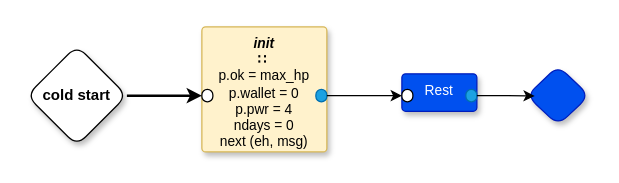
guitarvydas/dc0d keeps this draw.io diagram as page "Game" (2 of 3) of dc0d.drawio. Above is the earlier version. Source tidied: cells renumbered, new cells numbered last; positions are measured from the earlier drawing's top-left corner, leaving out a move shared by most shapes. Both pictures are drawn from the tidied source at 125%, with x=0, y=0 at pixel (26, 26).
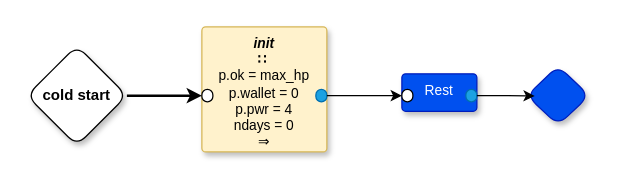
After the change.

The edit, as a diff of the source:
```diff
@@
 <mxGraphModel>
   <root>
     <mxCell id="0" />
     <mxCell id="1" parent="0" />
     <mxCell id="2" value="cold start" style="rhombus;whiteSpace=wrap;html=1;rounded=1;fontStyle=1;glass=0;sketch=0;fontSize=12;points=[[0,0.5,0,0,0],[0.5,0,0,0,0],[0.5,1,0,0,0],[1,0.5,0,0,0]];shadow=1;fontFamily=Helvetica;fontColor=default;" parent="1" vertex="1">
       <mxGeometry y="15" width="80" height="80" as="geometry" />
     </mxCell>
     <mxCell id="3" style="rhombus;whiteSpace=wrap;html=1;rounded=1;fillColor=#0050ef;fontColor=#ffffff;strokeColor=#001DBC;fontStyle=1;glass=0;sketch=0;fontSize=12;points=[[0,0.5,0,0,0],[0.5,0,0,0,0],[0.5,1,0,0,0],[1,0.5,0,0,0]];shadow=1;fontFamily=Helvetica;" parent="1" vertex="1">
       <mxGeometry x="400" y="31.2" width="50" height="47.5" as="geometry" />
     </mxCell>
-    <mxCell id="4" value="&lt;i style=&quot;&quot;&gt;&lt;b&gt;init&lt;br&gt;&lt;/b&gt;&lt;/i&gt;&lt;b&gt;∷&amp;nbsp;&lt;br&gt;&lt;/b&gt;p.ok = max_hp&lt;br&gt;p.wallet = 0&lt;br&gt;p.pwr = 4&lt;br&gt;ndays = 0&lt;br&gt;next (eh, msg)" style="rounded=1;whiteSpace=wrap;html=1;sketch=0;verticalAlign=top;arcSize=6;fontStyle=0;absoluteArcSize=1;shadow=1;strokeColor=#d6b656;fillColor=#fff2cc;fontFamily=Helvetica;fontSize=11;" parent="1" vertex="1">
+    <mxCell id="4" value="&lt;i style=&quot;&quot;&gt;&lt;b&gt;init&lt;br&gt;&lt;/b&gt;&lt;/i&gt;&lt;b&gt;∷&amp;nbsp;&lt;br&gt;&lt;/b&gt;p.ok = max_hp&lt;br&gt;p.wallet = 0&lt;br&gt;p.pwr = 4&lt;br&gt;ndays = 0&lt;br&gt;⇒" style="rounded=1;whiteSpace=wrap;html=1;sketch=0;verticalAlign=top;arcSize=6;fontStyle=0;absoluteArcSize=1;shadow=1;strokeColor=#d6b656;fillColor=#fff2cc;fontFamily=Helvetica;fontSize=11;" parent="1" vertex="1">
       <mxGeometry x="140" width="100" height="100" as="geometry" />
     </mxCell>
     <mxCell id="5" style="rounded=1;whiteSpace=wrap;html=1;sketch=0;points=[[0,0.5,0,0,0],[1,0.5,0,0,0]];arcSize=50;fontFamily=Helvetica;fontSize=11;fontColor=default;" parent="4" vertex="1">
       <mxGeometry y="50" width="8.8" height="10" as="geometry" />
     </mxCell>
     <mxCell id="6" style="rounded=1;whiteSpace=wrap;html=1;sketch=0;points=[[0,0.5,0,0,0],[1,0.5,0,0,0]];arcSize=50;fontFamily=Helvetica;fontSize=11;fontColor=#ffffff;fillColor=#1ba1e2;strokeColor=#006EAF;" parent="4" vertex="1">
       <mxGeometry x="91.2" y="50" width="8.8" height="10" as="geometry" />
     </mxCell>
     <mxCell id="7" style="edgeStyle=orthogonalEdgeStyle;rounded=1;jettySize=auto;html=1;entryX=0;entryY=0.5;entryDx=0;entryDy=0;entryPerimeter=0;strokeWidth=2;curved=0;" parent="1" edge="1" source="2" target="5">
       <mxGeometry relative="1" as="geometry" />
     </mxCell>
     <mxCell id="8" value="Rest" style="rounded=1;whiteSpace=wrap;html=1;sketch=0;verticalAlign=top;arcSize=6;fontStyle=0;absoluteArcSize=1;shadow=1;strokeColor=#001DBC;fillColor=#0050ef;fontColor=#ffffff;fontFamily=Helvetica;fontSize=11;" parent="1" vertex="1">
       <mxGeometry x="300" y="37.5" width="60" height="30" as="geometry" />
     </mxCell>
     <mxCell id="9" style="rounded=1;whiteSpace=wrap;html=1;sketch=0;points=[[0,0.5,0,0,0],[1,0.5,0,0,0]];arcSize=50;fontFamily=Helvetica;fontSize=11;" parent="8" vertex="1">
       <mxGeometry y="12.5" width="8.8" height="10" as="geometry" />
     </mxCell>
     <mxCell id="10" style="rounded=1;whiteSpace=wrap;html=1;sketch=0;points=[[0,0.5,0,0,0],[1,0.5,0,0,0]];arcSize=50;fontFamily=Helvetica;fontSize=11;fontColor=#ffffff;fillColor=#1ba1e2;strokeColor=#006EAF;" parent="8" vertex="1">
       <mxGeometry x="51.2" y="12.5" width="8.8" height="10" as="geometry" />
     </mxCell>
     <mxCell id="11" style="edgeStyle=orthogonalEdgeStyle;rounded=0;jettySize=auto;html=1;exitX=1;exitY=0.5;exitDx=0;exitDy=0;exitPerimeter=0;entryX=0.125;entryY=0.506;entryDx=0;entryDy=0;entryPerimeter=0;" parent="1" edge="1" source="10" target="3">
       <mxGeometry relative="1" as="geometry" />
     </mxCell>
     <mxCell id="12" style="edgeStyle=orthogonalEdgeStyle;rounded=0;jettySize=auto;html=1;exitX=1;exitY=0.5;exitDx=0;exitDy=0;exitPerimeter=0;entryX=0;entryY=0.5;entryDx=0;entryDy=0;entryPerimeter=0;" parent="1" edge="1" source="6" target="9">
       <mxGeometry relative="1" as="geometry" />
     </mxCell>
   </root>
 </mxGraphModel>
```
